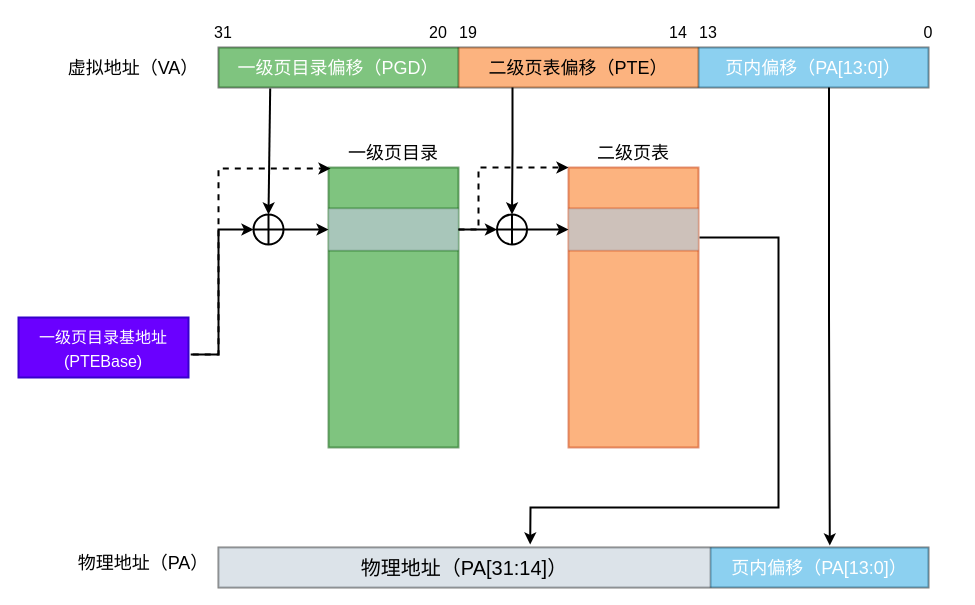
Earlier version of the draw.io diagram page "二级页表" (18 of 21) of draw/mips中断亲和度.drawio (peng-fan/drawio). Source tidied: cells renumbered, new cells numbered last; positions are measured from the earlier drawing's top-left corner, leaving out a move shared by most shapes. Both pictures are drawn from the tidied source at 100%, with x=0, y=0 at pixel (18, 17).
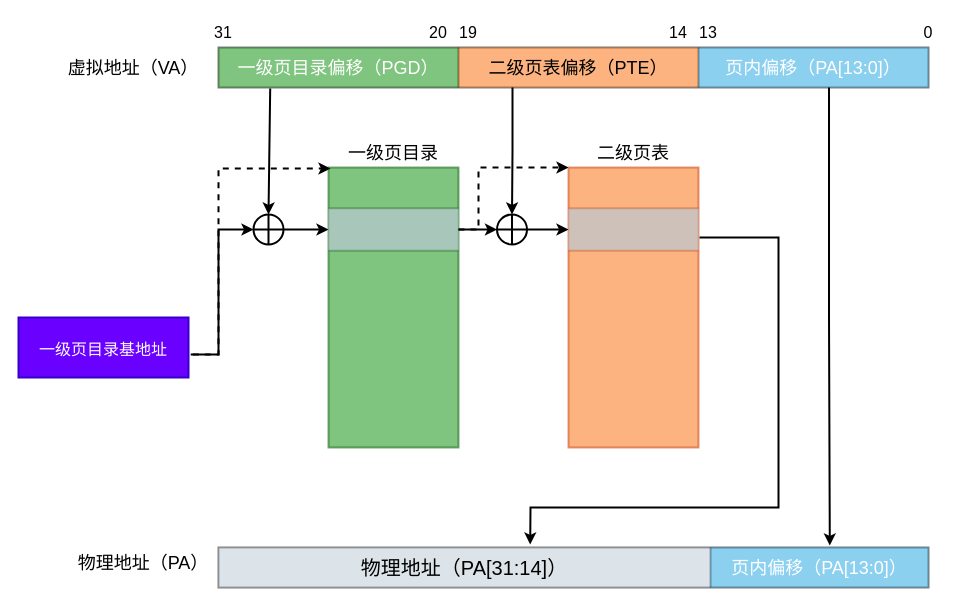
The same diagram, later.

Change to the diagram source:
```diff
@@
-    <mxCell id="7" value="&lt;font style=&quot;font-size: 16px&quot;&gt;一级页目录基地址(PTEBase)&lt;/font&gt;" style="rounded=0;whiteSpace=wrap;html=1;fontSize=20;strokeColor=#3700CC;strokeWidth=2;fillColor=#6a00ff;align=center;fontColor=#ffffff;" parent="1" vertex="1">
+    <mxCell id="7" value="&lt;font style=&quot;font-size: 16px&quot;&gt;一级页目录基地址&lt;/font&gt;" style="rounded=0;whiteSpace=wrap;html=1;fontSize=20;strokeColor=#3700CC;strokeWidth=2;fillColor=#6a00ff;align=center;fontColor=#ffffff;" parent="1" vertex="1">
       <mxGeometry y="300" width="170" height="60" as="geometry" />
     </mxCell>
```
